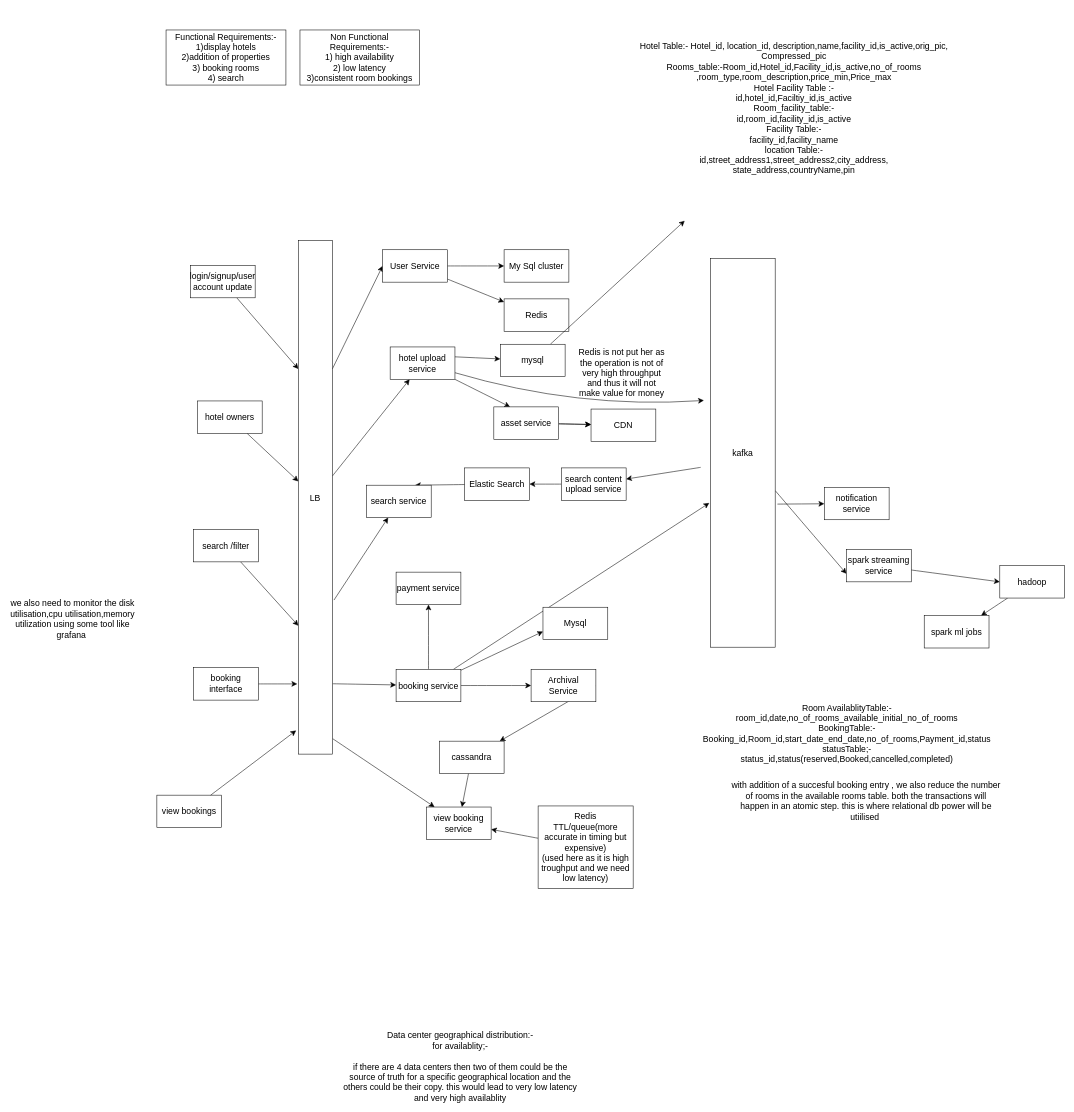
This is page "AirBnBCodekarleHLD" (12 of 14) of HLDDraw.io/YouTubeHLD.drawio from DMohanty99/HLD, a draw.io file, before an edit. Source tidied: cells renumbered, new cells numbered last; positions are measured from the earlier drawing's top-left corner, leaving out a move shared by most shapes. Both pictures are drawn from the tidied source at 54%, with x=0, y=0 at pixel (9, 9).
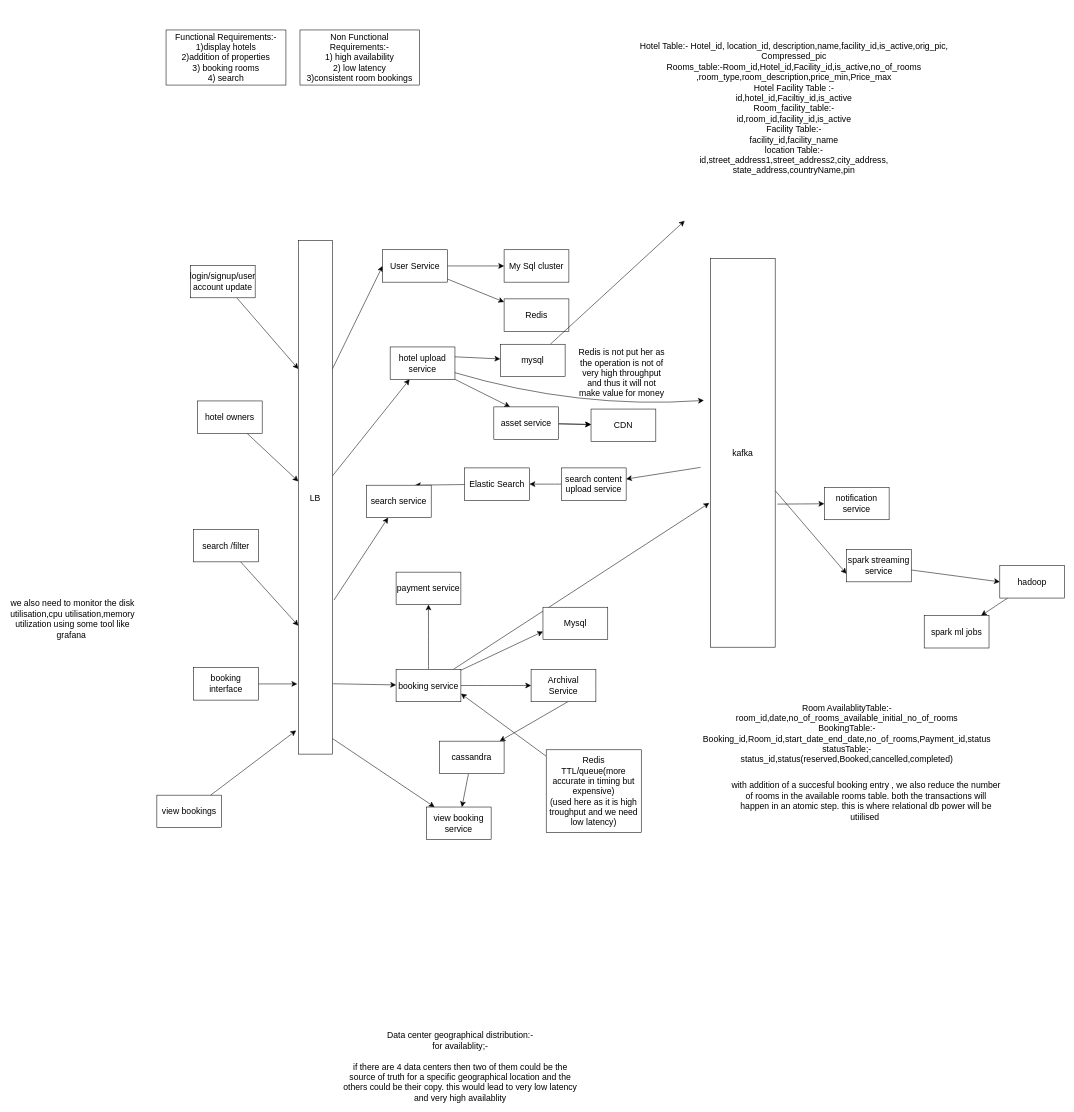
After the change.

Commit message:
Amazon HLD for codekarle added

Unchanged cells that the change refers to:
```xml
<mxCell id="42" value="booking service" style="rounded=0;whiteSpace=wrap;html=1;fontSize=16;" parent="1" vertex="1">
  <mxGeometry x="716" y="1222" width="120" height="60" as="geometry" />
</mxCell>
<mxCell id="68" value="view booking&lt;br&gt;service" style="rounded=0;whiteSpace=wrap;html=1;fontSize=16;" parent="1" vertex="1">
  <mxGeometry x="772" y="1477" width="120" height="60" as="geometry" />
</mxCell>
```

Change to the diagram source:
```diff
@@
-    <mxCell id="49" style="edgeStyle=none;curved=1;rounded=0;jettySize=auto;html=1;fontSize=12;startSize=8;endSize=8;" parent="1" edge="1" source="50" target="68">
+    <mxCell id="49" style="edgeStyle=none;curved=1;rounded=0;jettySize=auto;html=1;fontSize=12;startSize=8;endSize=8;entryX=1;entryY=0.75;entryDx=0;entryDy=0;" parent="1" edge="1" source="50" target="42">
       <mxGeometry relative="1" as="geometry" />
     </mxCell>
     <mxCell id="50" value="Redis&lt;br&gt;TTL/queue(more&lt;br&gt;accurate in timing but expensive)&lt;br&gt;(used here as it is high troughput and we need low latency)" style="rounded=0;whiteSpace=wrap;html=1;fontSize=16;" parent="1" vertex="1">
-      <mxGeometry x="979" y="1475" width="176" height="153" as="geometry" />
+      <mxGeometry x="994" y="1371" width="176" height="153" as="geometry" />
     </mxCell>
```
